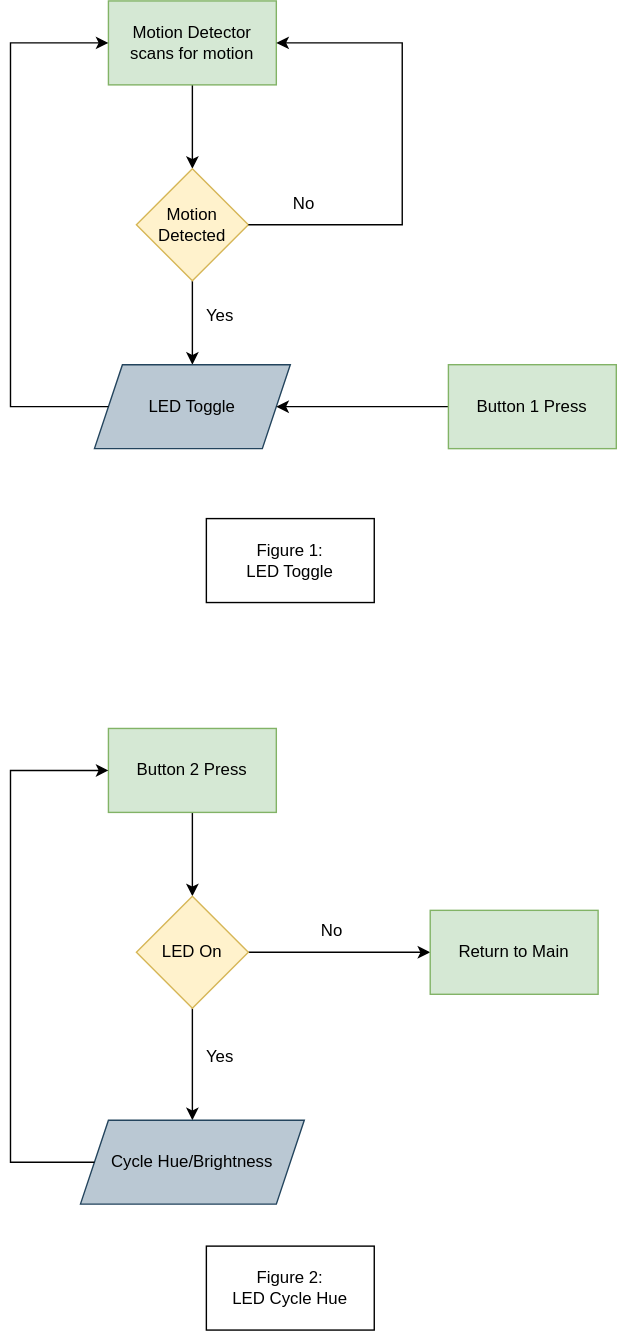
Earlier version of the draw.io export docs/planning/Final-Flowchart.drawio.svg (msu-eele-465/final-project-lukej267). Source tidied: cells renumbered, new cells last; positions are measured from the earlier drawing's top-left corner, leaving out a move shared by most shapes.
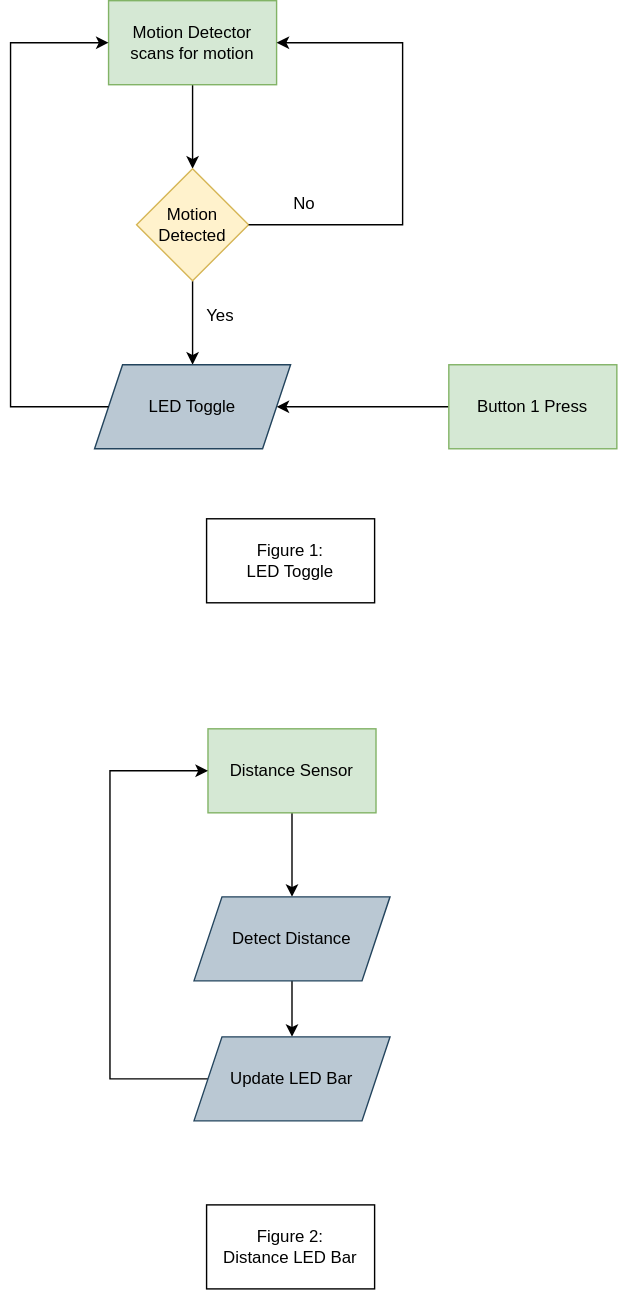
The same diagram one commit later.

Commit message:
edited flowchart to be accurate to project

The edit, as a diff of the source:
```diff
@@ -48,43 +48,33 @@
     <mxCell id="13" value="Figure 1:&lt;div&gt;LED Toggle&lt;/div&gt;" style="rounded=0;whiteSpace=wrap;html=1;" parent="1" vertex="1">
       <mxGeometry x="140" y="370" width="120" height="60" as="geometry" />
     </mxCell>
-    <mxCell id="14" style="edgeStyle=orthogonalEdgeStyle;rounded=0;jettySize=auto;html=1;" parent="1" edge="1" source="15" target="18">
-      <mxGeometry relative="1" as="geometry" />
+    <mxCell id="14" style="edgeStyle=orthogonalEdgeStyle;rounded=0;jettySize=auto;html=1;" parent="1" edge="1" source="15">
+      <mxGeometry relative="1" as="geometry">
+        <mxPoint x="201" y="640" as="targetPoint" />
+      </mxGeometry>
     </mxCell>
-    <mxCell id="15" value="Button 2 Press" style="rounded=0;whiteSpace=wrap;html=1;fillColor=#d5e8d4;strokeColor=#82b366;" parent="1" vertex="1">
-      <mxGeometry x="70" y="520" width="120" height="60" as="geometry" />
+    <mxCell id="15" value="Distance Sensor" style="rounded=0;whiteSpace=wrap;html=1;fillColor=#d5e8d4;strokeColor=#82b366;" parent="1" vertex="1">
+      <mxGeometry x="141" y="520" width="120" height="60" as="geometry" />
     </mxCell>
-    <mxCell id="16" style="edgeStyle=orthogonalEdgeStyle;rounded=0;jettySize=auto;html=1;" parent="1" edge="1" source="18" target="20">
-      <mxGeometry relative="1" as="geometry" />
-    </mxCell>
-    <mxCell id="17" style="edgeStyle=orthogonalEdgeStyle;rounded=0;jettySize=auto;html=1;" parent="1" edge="1" source="18" target="21">
-      <mxGeometry relative="1" as="geometry" />
-    </mxCell>
-    <mxCell id="18" value="LED On" style="rhombus;whiteSpace=wrap;html=1;fillColor=#fff2cc;strokeColor=#d6b656;" parent="1" vertex="1">
-      <mxGeometry x="90" y="640" width="80" height="80" as="geometry" />
-    </mxCell>
-    <mxCell id="19" value="No" style="text;html=1;align=center;verticalAlign=middle;whiteSpace=wrap;rounded=0;" parent="1" vertex="1">
-      <mxGeometry x="200" y="650" width="60" height="30" as="geometry" />
-    </mxCell>
-    <mxCell id="20" value="Return to Main" style="rounded=0;whiteSpace=wrap;html=1;fillColor=#d5e8d4;strokeColor=#82b366;" parent="1" vertex="1">
-      <mxGeometry x="300" y="650" width="120" height="60" as="geometry" />
-    </mxCell>
-    <mxCell id="21" value="Cycle Hue/Brightness" style="shape=parallelogram;perimeter=parallelogramPerimeter;whiteSpace=wrap;html=1;fixedSize=1;fillColor=#bac8d3;strokeColor=#23445d;" parent="1" vertex="1">
-      <mxGeometry x="50" y="800" width="160" height="60" as="geometry" />
-    </mxCell>
-    <mxCell id="22" value="Yes" style="text;html=1;align=center;verticalAlign=middle;whiteSpace=wrap;rounded=0;" parent="1" vertex="1">
-      <mxGeometry x="120" y="740" width="60" height="30" as="geometry" />
-    </mxCell>
-    <mxCell id="23" value="Figure 2:&lt;div&gt;LED Cycle Hue&lt;/div&gt;" style="rounded=0;whiteSpace=wrap;html=1;" parent="1" vertex="1">
-      <mxGeometry x="140" y="890" width="120" height="60" as="geometry" />
+    <mxCell id="23" value="Figure 2:&lt;div&gt;Distance LED Bar&lt;/div&gt;" style="rounded=0;whiteSpace=wrap;html=1;" parent="1" vertex="1">
+      <mxGeometry x="140" y="860" width="120" height="60" as="geometry" />
     </mxCell>
-    <mxCell id="24" style="endArrow=classic;html=1;rounded=0;entryX=0;entryY=0.5;entryDx=0;entryDy=0;exitX=0;exitY=0.5;exitDx=0;exitDy=0;" parent="1" edge="1" source="21" target="15">
+    <mxCell id="24" style="endArrow=classic;html=1;rounded=0;entryX=0;entryY=0.5;entryDx=0;entryDy=0;exitX=0;exitY=0.5;exitDx=0;exitDy=0;" parent="1" edge="1" source="27" target="15">
       <mxGeometry relative="1" as="geometry">
         <Array as="points">
-          <mxPoint y="830" />
-          <mxPoint y="550" />
+          <mxPoint x="71" y="770" />
+          <mxPoint x="71" y="550" />
         </Array>
       </mxGeometry>
     </mxCell>
+    <mxCell id="25" style="edgeStyle=orthogonalEdgeStyle;rounded=0;jettySize=auto;html=1;" parent="1" edge="1" source="26" target="27">
+      <mxGeometry relative="1" as="geometry" />
+    </mxCell>
+    <mxCell id="26" value="Detect Distance" style="shape=parallelogram;perimeter=parallelogramPerimeter;whiteSpace=wrap;html=1;fixedSize=1;fillColor=#bac8d3;strokeColor=#23445d;" parent="1" vertex="1">
+      <mxGeometry x="131" y="640" width="140" height="60" as="geometry" />
+    </mxCell>
+    <mxCell id="27" value="Update LED Bar" style="shape=parallelogram;perimeter=parallelogramPerimeter;whiteSpace=wrap;html=1;fixedSize=1;fillColor=#bac8d3;strokeColor=#23445d;" parent="1" vertex="1">
+      <mxGeometry x="131" y="740" width="140" height="60" as="geometry" />
+    </mxCell>
   </root>
 </mxGraphModel>
```
